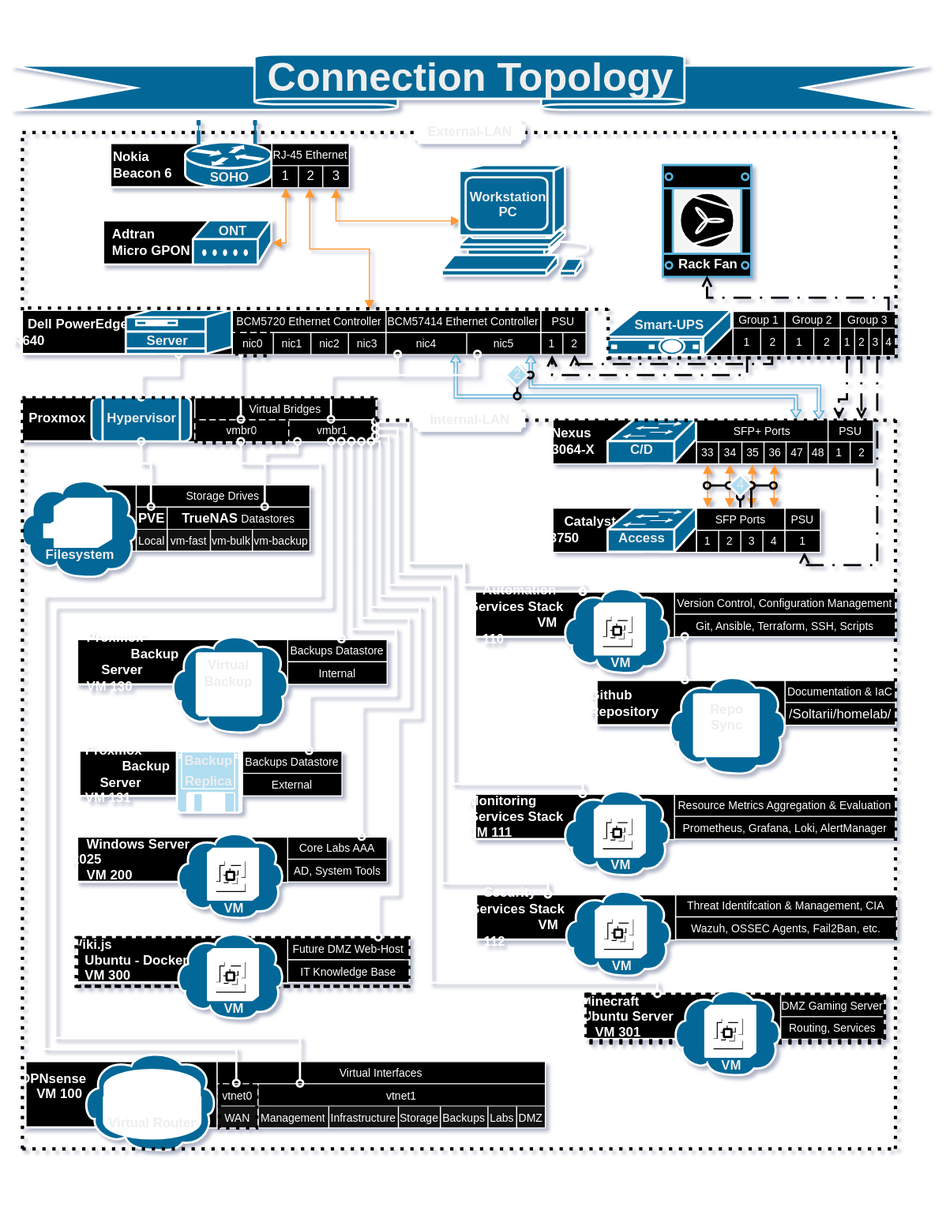
Soltarii/homelab keeps this draw.io diagram as documentation/inventory/Connection-Topology.svg. Above is the earlier version. Source tidied: cells renumbered, new cells last; positions are measured from the earlier drawing's top-left corner, leaving out a move shared by most shapes.
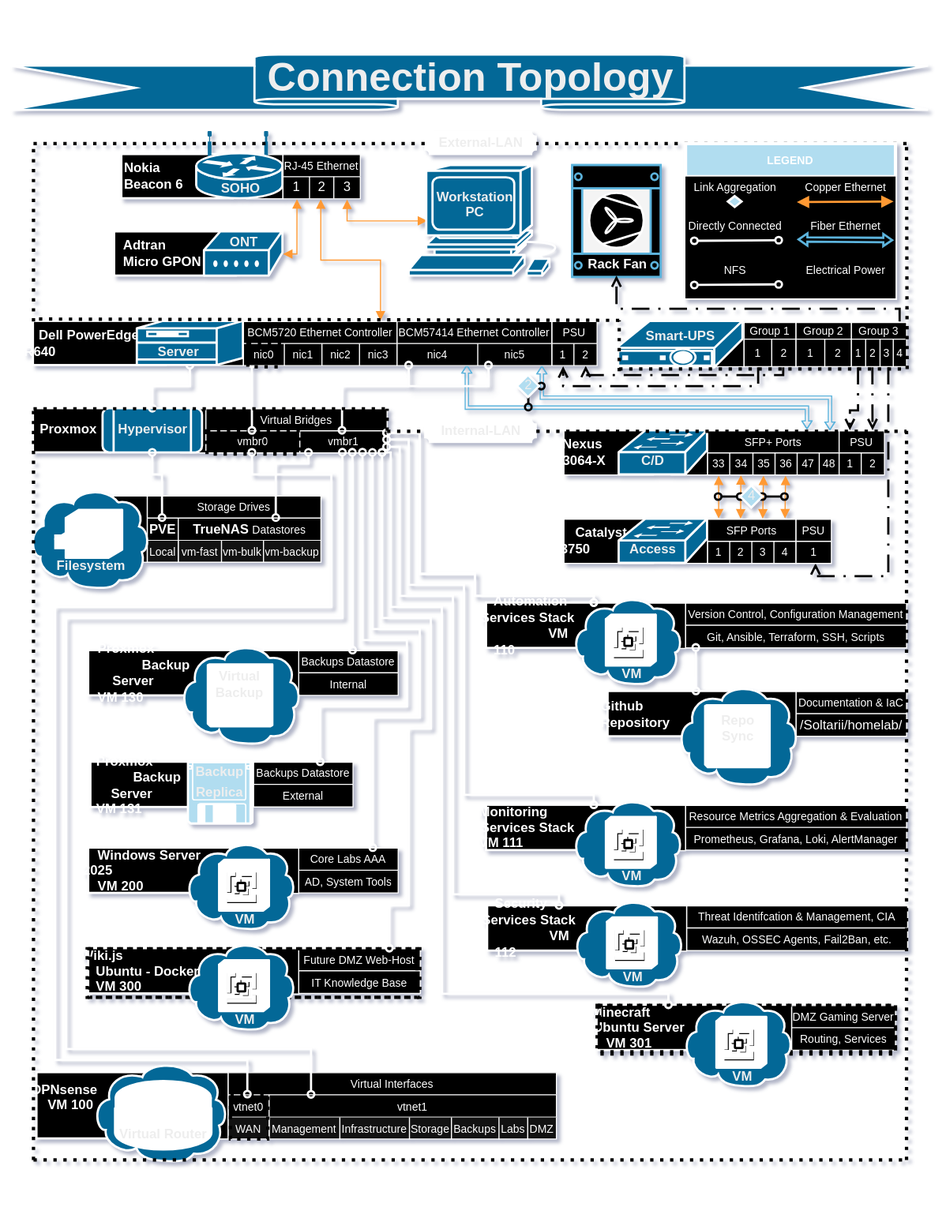
The same file after the commit.

Commit message:
Fix details of Connection-Topology diagram

The edit, as a diff of the source:
```diff
@@ -14,12 +14,12 @@
     <mxCell id="3" style="edgeStyle=orthogonalEdgeStyle;rounded=0;jettySize=auto;html=1;entryX=0.829;entryY=1.034;entryDx=0;entryDy=0;fontFamily=Helvetica;fontSize=12;fontColor=#EEEEEE;startArrow=block;startFill=1;endArrow=block;endFill=1;strokeColor=light-dark(#FF9933,#FF8000);entryPerimeter=0;exitX=0.11;exitY=0.5;exitDx=0;exitDy=0;exitPerimeter=0;" parent="1" edge="1" source="4" target="91">
       <mxGeometry relative="1" as="geometry">
         <Array as="points">
-          <mxPoint x="293.8" y="150" />
+          <mxPoint x="293.8" y="140" />
         </Array>
       </mxGeometry>
     </mxCell>
     <mxCell id="4" value="&lt;div&gt;&lt;b&gt;Workstation&amp;nbsp; &amp;nbsp; &amp;nbsp; &amp;nbsp; &amp;nbsp;&lt;/b&gt;&lt;/div&gt;&lt;div&gt;&lt;b&gt;PC&amp;nbsp; &amp;nbsp; &amp;nbsp; &amp;nbsp; &amp;nbsp;&lt;/b&gt;&lt;/div&gt;&lt;div&gt;&lt;b&gt;&lt;br&gt;&lt;/b&gt;&lt;/div&gt;&lt;div&gt;&lt;b&gt;&lt;br&gt;&lt;/b&gt;&lt;/div&gt;" style="sketch=0;html=1;dashed=0;fillColor=#036897;strokeColor=#ffffff;strokeWidth=2;verticalLabelPosition=middle;verticalAlign=middle;align=center;outlineConnect=0;shape=mxgraph.cisco.computers_and_peripherals.workstation;fontColor=#EEEEEE;labelPosition=center;rounded=0;" parent="1" vertex="1">
-      <mxGeometry x="390" y="100" width="148" height="100" as="geometry" />
+      <mxGeometry x="350" y="90" width="148" height="100" as="geometry" />
     </mxCell>
     <mxCell id="5" value="External-LAN" style="verticalLabelPosition=middle;verticalAlign=middle;html=1;shape=mxgraph.basic.plaque;dx=2.09;whiteSpace=wrap;dashed=0;sketch=0;strokeColor=#ffffff;strokeWidth=2;align=center;fontFamily=Helvetica;fontSize=12;fontColor=#EEEEEE;fillColor=light-dark(#FFFFFF,#FF0000);labelPosition=center;fontStyle=1;" parent="1" vertex="1">
       <mxGeometry x="365" y="60" width="100" height="20" as="geometry" />
@@ -28,7 +28,7 @@
       <mxGeometry x="365" y="320.5" width="100" height="20" as="geometry" />
     </mxCell>
     <mxCell id="7" value="&lt;h1&gt;&lt;font style=&quot;font-size: 36px;&quot;&gt;Connection Topology&lt;/font&gt;&lt;/h1&gt;" style="verticalLabelPosition=middle;verticalAlign=middle;html=1;shape=mxgraph.basic.banner;dashed=0;sketch=0;strokeColor=#ffffff;strokeWidth=2;align=center;fontFamily=Helvetica;fontSize=12;fontColor=#EEEEEE;fillColor=#036897;labelPosition=center;spacingBottom=10;" parent="1" vertex="1">
-      <mxGeometry width="830" height="50" as="geometry" />
+      <mxGeometry x="-10" y="-10" width="830" height="50" as="geometry" />
     </mxCell>
     <mxCell id="8" style="edgeStyle=orthogonalEdgeStyle;rounded=0;jettySize=auto;html=1;fontFamily=Helvetica;fontSize=10;fontColor=light-dark(#FFFFFF,#000000);labelBorderColor=none;labelBackgroundColor=none;endArrow=block;endFill=1;startArrow=block;startFill=1;strokeColor=light-dark(#FF9933,#FF8000);entryX=0.892;entryY=-0.018;entryDx=0;entryDy=0;entryPerimeter=0;exitX=0.489;exitY=1.021;exitDx=0;exitDy=0;exitPerimeter=0;" parent="1" edge="1" source="91" target="162">
       <mxGeometry relative="1" as="geometry" />
@@ -41,7 +41,7 @@
       </mxGeometry>
     </mxCell>
     <mxCell id="10" style="group;strokeWidth=2;" parent="1" vertex="1">
-      <mxGeometry x="590" y="100" width="80" height="100" as="geometry" />
+      <mxGeometry x="498" y="90" width="80" height="100" as="geometry" />
     </mxCell>
     <mxCell id="11" style="strokeColor=light-dark(#5CB3DC,#000000);verticalLabelPosition=bottom;labelBackgroundColor=none;verticalAlign=top;outlineConnect=0;shadow=0;dashed=0;shape=mxgraph.rackGeneral.rackCabinet3;rackUnitSize=14.8;fillColor2=#f4f4f4;allowGaps=1;textColor=#666666;numDisp=off;align=center;swimlaneFillColor=light-dark(#000000,#FFFFFF);fontFamily=Helvetica;fontSize=12;fontColor=light-dark(#FFFFFF,#000000);labelBorderColor=none;fillColor=light-dark(#000000,#5CB3DC);html=1;strokeWidth=2;fontStyle=1;" parent="10" vertex="1">
       <mxGeometry width="80" height="100" as="geometry" />
@@ -95,7 +95,7 @@
       <mxGeometry relative="1" as="geometry">
         <Array as="points">
           <mxPoint x="794.3" y="220" />
-          <mxPoint x="630" y="220" />
+          <mxPoint x="538" y="220" />
         </Array>
       </mxGeometry>
     </mxCell>
@@ -120,11 +120,6 @@
         <mxPoint x="60" as="targetPoint" />
       </mxGeometry>
     </mxCell>
-    <mxCell id="25" style="edgeStyle=orthogonalEdgeStyle;rounded=0;jettySize=auto;html=1;fontFamily=Helvetica;fontSize=10;fontColor=light-dark(#FFFFFF,#000000);labelBorderColor=none;labelBackgroundColor=none;endArrow=oval;endFill=0;startArrow=oval;startFill=0;strokeColor=light-dark(#000000,#FFFFFF);strokeWidth=2;" parent="23" edge="1" source="27">
-      <mxGeometry relative="1" as="geometry">
-        <mxPoint x="40" as="targetPoint" />
-      </mxGeometry>
-    </mxCell>
     <mxCell id="26" style="edgeStyle=orthogonalEdgeStyle;rounded=0;orthogonalLoop=1;jettySize=auto;html=1;fontFamily=Helvetica;fontSize=10;fontColor=light-dark(#FFFFFF,#000000);labelBorderColor=none;labelBackgroundColor=none;endArrow=oval;endFill=0;startArrow=oval;startFill=0;strokeColor=light-dark(#000000,#FFFFFF);strokeWidth=2;" parent="23" edge="1">
       <mxGeometry relative="1" as="geometry">
         <mxPoint as="sourcePoint" />
@@ -1042,5 +1037,77 @@
         </Array>
       </mxGeometry>
     </mxCell>
+    <mxCell id="274" value="LEGEND" style="shape=table;startSize=30;fixedHeader=1;strokeColor=light-dark(#FFFFFF,#000000);align=center;verticalAlign=middle;swimlaneFillColor=default;fontFamily=Helvetica;fontSize=10;fontColor=light-dark(#FFFFFF,#000000);labelBorderColor=none;labelBackgroundColor=none;fillColor=light-dark(#B1DDF0,#5CB3DC);strokeWidth=3;fontStyle=1;" parent="1" vertex="1">
+      <mxGeometry x="600" y="70" width="190" height="140" as="geometry" />
+    </mxCell>
+    <mxCell id="275" style="shape=tableRow;horizontal=0;startSize=0;swimlaneHead=0;swimlaneBody=0;strokeColor=inherit;top=0;left=0;bottom=0;right=0;fillColor=none;fixedHeader=1;align=center;verticalAlign=middle;swimlaneFillColor=light-dark(#000000,#FFFFFF);fontFamily=Helvetica;fontSize=10;fontColor=light-dark(#FFFFFF,#000000);labelBorderColor=none;labelBackgroundColor=none;" parent="274" vertex="1">
+      <mxGeometry y="30" width="190" height="110" as="geometry" />
+    </mxCell>
+    <mxCell id="276" style="shape=partialRectangle;html=1;whiteSpace=wrap;strokeColor=light-dark(#FFFFFF,#000000);overflow=hidden;fillColor=light-dark(#000000,#B3B3B3);top=0;left=0;bottom=0;right=0;align=center;verticalAlign=middle;swimlaneFillColor=light-dark(#000000,#FFFFFF);fontFamily=Helvetica;fontSize=10;fontColor=light-dark(#FFFFFF,#000000);labelBorderColor=none;labelBackgroundColor=none;strokeWidth=3;perimeterSpacing=3;" parent="275" vertex="1">
+      <mxGeometry width="190" height="110" as="geometry" />
+    </mxCell>
+    <mxCell id="277" style="group;" parent="1" vertex="1">
+      <mxGeometry x="700" y="95" width="90" height="30" as="geometry" />
+    </mxCell>
+    <mxCell id="278" style="edgeStyle=elbowEdgeStyle;rounded=0;orthogonalLoop=1;jettySize=auto;html=1;fontFamily=Helvetica;fontSize=12;fontColor=#EEEEEE;startArrow=block;startFill=1;endArrow=block;endFill=1;strokeColor=light-dark(#FF9933,#FF8000);exitX=0.951;exitY=0.92;exitDx=0;exitDy=0;exitPerimeter=0;elbow=vertical;strokeWidth=2;" parent="277" edge="1">
+      <mxGeometry relative="1" as="geometry">
+        <mxPoint x="88.8" y="28" as="sourcePoint" />
+        <mxPoint x="1.2" y="28.4" as="targetPoint" />
+      </mxGeometry>
+    </mxCell>
+    <mxCell id="279" value="&lt;font&gt;Copper Ethernet&lt;/font&gt;" style="text;html=1;whiteSpace=wrap;strokeColor=none;fillColor=none;align=center;verticalAlign=middle;rounded=0;fontFamily=Helvetica;fontSize=10;fontColor=light-dark(#FFFFFF,#000000);labelBorderColor=none;labelBackgroundColor=none;" parent="277" vertex="1">
+      <mxGeometry width="90" height="30" as="geometry" />
+    </mxCell>
+    <mxCell id="280" style="group;" parent="1" vertex="1">
+      <mxGeometry x="600" y="130" width="90" height="30" as="geometry" />
+    </mxCell>
+    <mxCell id="281" style="edgeStyle=elbowEdgeStyle;rounded=0;orthogonalLoop=1;jettySize=auto;html=1;fontFamily=Helvetica;fontSize=12;fontColor=#EEEEEE;startArrow=oval;startFill=0;endArrow=oval;endFill=0;strokeColor=light-dark(#FFFFFF,#000000);exitX=0.942;exitY=0.932;exitDx=0;exitDy=0;exitPerimeter=0;elbow=vertical;strokeWidth=2;entryX=0.094;entryY=0.932;entryDx=0;entryDy=0;entryPerimeter=0;" parent="280" edge="1" source="282" target="282">
+      <mxGeometry relative="1" as="geometry" />
+    </mxCell>
+    <mxCell id="282" value="&lt;font&gt;Directly Connected&lt;/font&gt;" style="text;html=1;whiteSpace=wrap;strokeColor=none;fillColor=none;align=center;verticalAlign=middle;rounded=0;fontFamily=Helvetica;fontSize=10;fontColor=light-dark(#FFFFFF,#000000);labelBorderColor=none;labelBackgroundColor=none;" parent="280" vertex="1">
+      <mxGeometry width="90" height="30" as="geometry" />
+    </mxCell>
+    <mxCell id="283" style="group;" parent="1" vertex="1">
+      <mxGeometry x="600" y="95" width="90" height="40" as="geometry" />
+    </mxCell>
+    <mxCell id="284" style="edgeStyle=elbowEdgeStyle;rounded=0;orthogonalLoop=1;jettySize=auto;html=1;fontFamily=Helvetica;fontSize=12;fontColor=#EEEEEE;startArrow=oval;startFill=0;endArrow=oval;endFill=0;strokeColor=light-dark(#000000,#FFFFFF);exitX=0.942;exitY=0.932;exitDx=0;exitDy=0;exitPerimeter=0;elbow=vertical;strokeWidth=2;entryX=0.094;entryY=0.932;entryDx=0;entryDy=0;entryPerimeter=0;" parent="283" edge="1" source="285" target="285">
+      <mxGeometry relative="1" as="geometry" />
+    </mxCell>
+    <mxCell id="285" value="Link Aggregation" style="text;html=1;whiteSpace=wrap;strokeColor=none;fillColor=none;align=center;verticalAlign=middle;rounded=0;fontFamily=Helvetica;fontSize=10;fontColor=light-dark(#FFFFFF,#000000);labelBorderColor=none;labelBackgroundColor=none;" parent="283" vertex="1">
+      <mxGeometry width="90" height="30" as="geometry" />
+    </mxCell>
+    <mxCell id="286" style="rhombus;whiteSpace=wrap;html=1;dashed=0;sketch=0;strokeColor=#ffffff;strokeWidth=2;align=center;verticalAlign=middle;fontFamily=Helvetica;fontSize=12;fontColor=#EEEEEE;fillColor=light-dark(#B1DDF0,#FFFFFF);labelPosition=center;verticalLabelPosition=middle;rounded=0;spacingBottom=3;" parent="283" vertex="1">
+      <mxGeometry x="38.8" y="23" width="12.5" height="10" as="geometry" />
+    </mxCell>
+    <mxCell id="287" style="group;" parent="1" vertex="1">
+      <mxGeometry x="700" y="130" width="90" height="30" as="geometry" />
+    </mxCell>
+    <mxCell id="288" value="Fiber Ethernet" style="text;html=1;whiteSpace=wrap;strokeColor=none;fillColor=none;align=center;verticalAlign=middle;rounded=0;fontFamily=Helvetica;fontSize=10;fontColor=light-dark(#FFFFFF,#000000);labelBorderColor=none;labelBackgroundColor=none;" parent="287" vertex="1">
+      <mxGeometry width="90" height="30" as="geometry" />
+    </mxCell>
+    <mxCell id="289" style="edgeStyle=elbowEdgeStyle;rounded=0;orthogonalLoop=1;jettySize=auto;html=1;fontFamily=Helvetica;fontSize=10;fontColor=light-dark(#FFFFFF,#000000);labelBorderColor=none;labelBackgroundColor=none;shape=flexArrow;endArrow=block;endFill=0;startArrow=block;startFill=0;strokeColor=light-dark(#5CB3DC,#B1DDF0);strokeWidth=2;width=3;startSize=2;endWidth=5;endSize=2;startWidth=5;entryX=0.02;entryY=0.926;entryDx=0;entryDy=0;entryPerimeter=0;exitX=0.983;exitY=0.929;exitDx=0;exitDy=0;exitPerimeter=0;elbow=vertical;" parent="287" edge="1">
+      <mxGeometry relative="1" as="geometry">
+        <mxPoint x="88.5" y="27.9" as="sourcePoint" />
+        <mxPoint x="1.8" y="27.8" as="targetPoint" />
+      </mxGeometry>
+    </mxCell>
+    <mxCell id="290" value="Electrical Power" style="text;html=1;whiteSpace=wrap;strokeColor=none;fillColor=none;align=center;verticalAlign=middle;rounded=0;fontFamily=Helvetica;fontSize=10;fontColor=light-dark(#FFFFFF,#000000);labelBorderColor=none;labelBackgroundColor=none;" parent="1" vertex="1">
+      <mxGeometry x="700" y="170" width="90" height="30" as="geometry" />
+    </mxCell>
+    <mxCell id="291" style="edgeStyle=elbowEdgeStyle;rounded=0;orthogonalLoop=1;jettySize=auto;html=1;fontFamily=Helvetica;fontSize=10;fontColor=light-dark(#FFFFFF,#000000);labelBorderColor=none;labelBackgroundColor=none;endArrow=open;endFill=0;startArrow=open;startFill=0;strokeColor=light-dark(#000000,#FFFF99);strokeWidth=2;endWidth=5;startWidth=5;entryX=0.02;entryY=0.926;entryDx=0;entryDy=0;entryPerimeter=0;exitX=0.983;exitY=0.929;exitDx=0;exitDy=0;exitPerimeter=0;elbow=vertical;dashed=1;dashPattern=8 4 1 4;" parent="1" edge="1">
+      <mxGeometry relative="1" as="geometry">
+        <mxPoint x="788.5" y="197.9" as="sourcePoint" />
+        <mxPoint x="701.8" y="197.8" as="targetPoint" />
+      </mxGeometry>
+    </mxCell>
+    <mxCell id="292" style="group;" parent="1" vertex="1">
+      <mxGeometry x="600" y="170" width="90" height="30" as="geometry" />
+    </mxCell>
+    <mxCell id="293" style="edgeStyle=elbowEdgeStyle;rounded=0;orthogonalLoop=1;jettySize=auto;html=1;fontFamily=Helvetica;fontSize=12;fontColor=#EEEEEE;startArrow=oval;startFill=0;endArrow=oval;endFill=0;strokeColor=light-dark(#FFFFFF,#66FF66);exitX=0.942;exitY=0.932;exitDx=0;exitDy=0;exitPerimeter=0;elbow=vertical;strokeWidth=2;entryX=0.094;entryY=0.932;entryDx=0;entryDy=0;entryPerimeter=0;" parent="292" edge="1" source="294" target="294">
+      <mxGeometry relative="1" as="geometry" />
+    </mxCell>
+    <mxCell id="294" value="NFS" style="text;html=1;whiteSpace=wrap;strokeColor=none;fillColor=none;align=center;verticalAlign=middle;rounded=0;fontFamily=Helvetica;fontSize=10;fontColor=light-dark(#FFFFFF,#000000);labelBorderColor=none;labelBackgroundColor=none;" parent="292" vertex="1">
+      <mxGeometry width="90" height="30" as="geometry" />
+    </mxCell>
   </root>
 </mxGraphModel>
```
